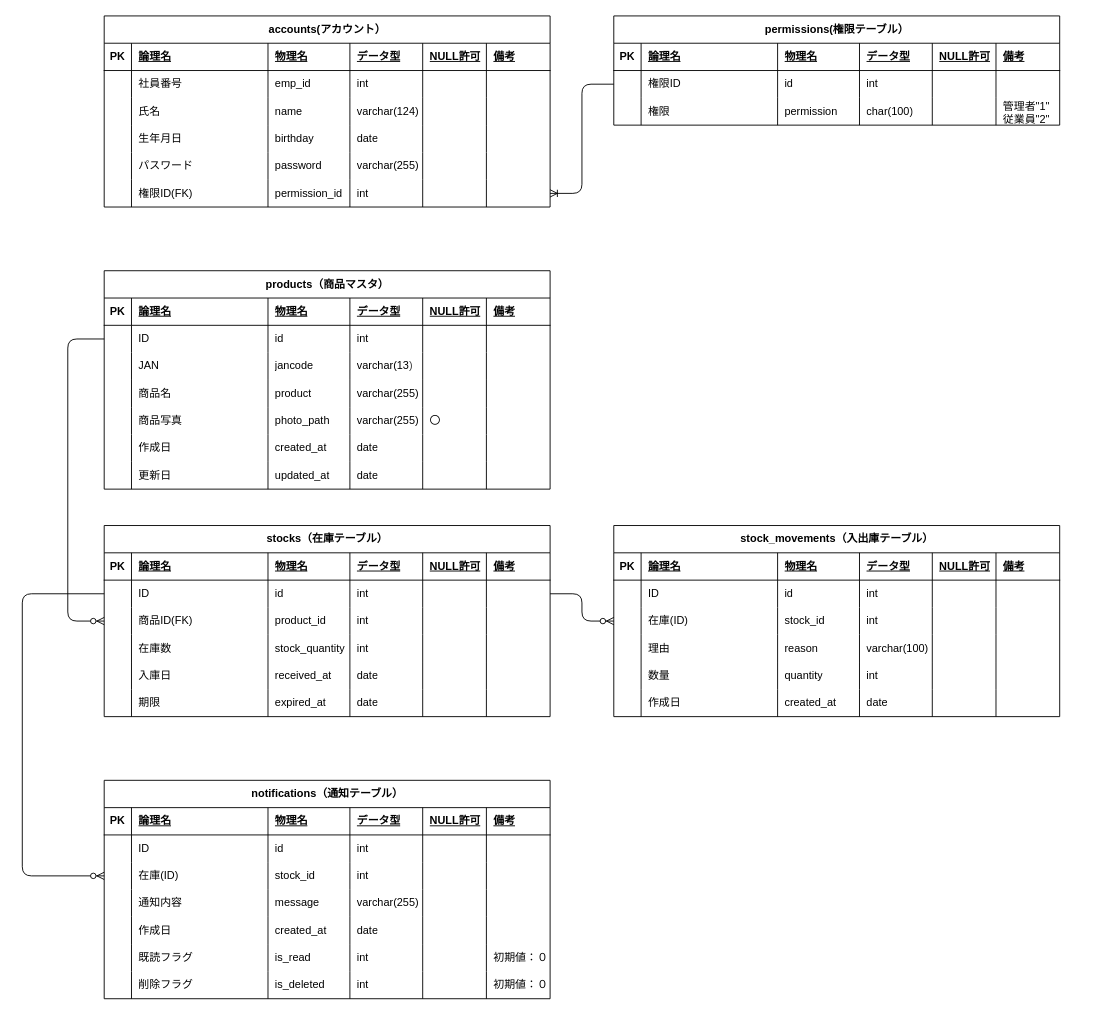
Earlier version of the draw.io diagram docs/DB.drawio (plusdojo2026/c4). Source tidied: cells renumbered, new cells numbered last; positions are measured from the earlier drawing's top-left corner, leaving out a move shared by most shapes. Both pictures are drawn from the tidied source at 91%, with x=0, y=0 at pixel (22, 15).
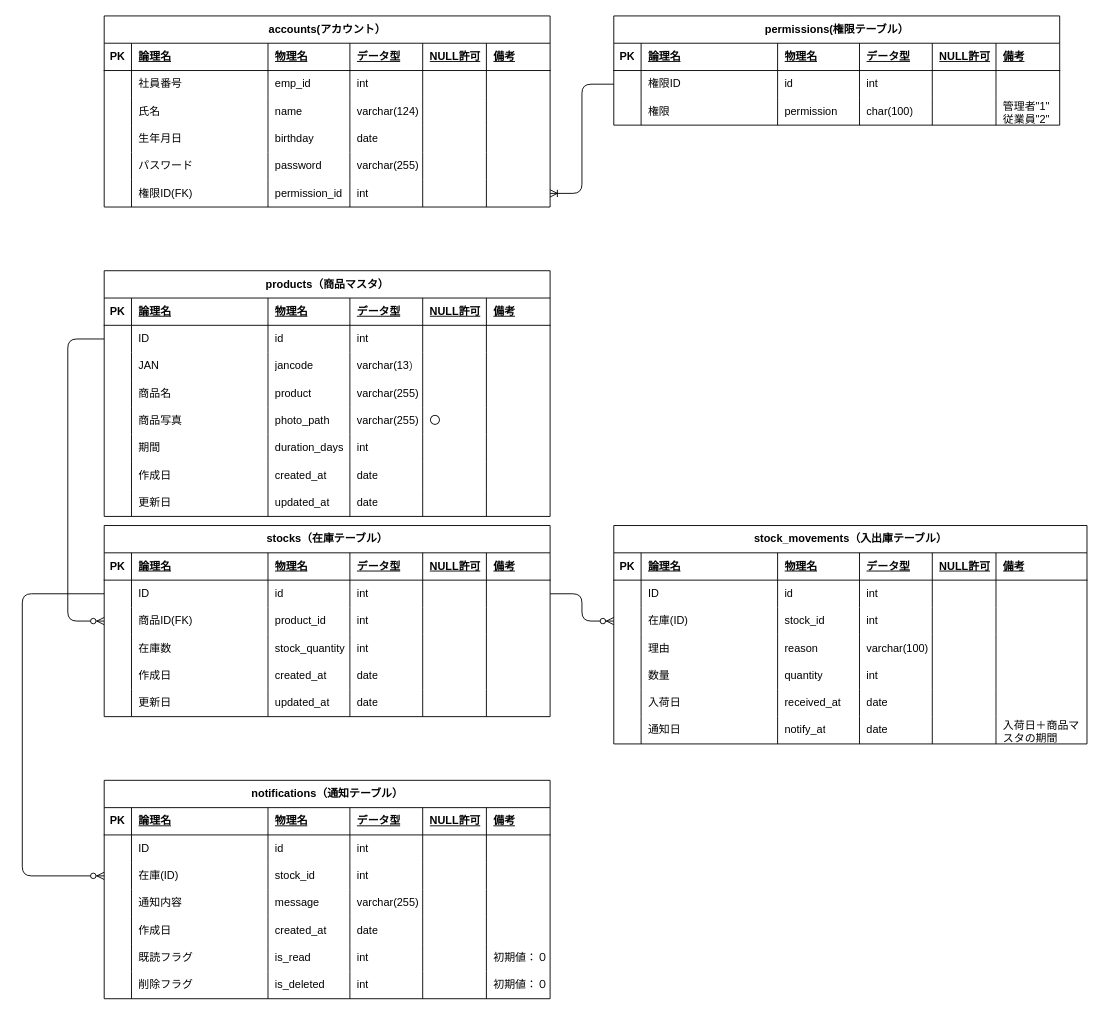
The same diagram, later.

Commit message:
更新：商品マスター・入出庫テーブル

The change refers to these unchanged cells:
```xml
<mxCell id="74" style="shape=tableRow;horizontal=0;startSize=0;swimlaneHead=0;swimlaneBody=0;fillColor=none;top=0;left=0;right=0;bottom=0;" parent="45" vertex="1">
  <mxGeometry y="150" width="490" height="30" as="geometry" />
</mxCell>
<mxCell id="81" style="shape=tableRow;horizontal=0;startSize=0;swimlaneHead=0;swimlaneBody=0;fillColor=none;top=0;left=0;right=0;bottom=0;" parent="45" vertex="1">
  <mxGeometry y="180" width="490" height="30" as="geometry" />
</mxCell>
```

Change to the diagram source:
```diff
@@
-    <mxCell id="76" value="入庫日" style="shape=partialRectangle;fillColor=none;top=0;left=0;bottom=0;right=0;align=left;spacingLeft=6;overflow=hidden;whiteSpace=wrap;html=1;" parent="74" vertex="1">
+    <mxCell id="76" value="作成日" style="shape=partialRectangle;fillColor=none;top=0;left=0;bottom=0;right=0;align=left;spacingLeft=6;overflow=hidden;whiteSpace=wrap;html=1;" parent="74" vertex="1">
       <mxGeometry x="30" width="150" height="30" as="geometry" />
     </mxCell>
-    <mxCell id="77" value="received_at" style="shape=partialRectangle;fillColor=none;top=0;left=0;bottom=0;right=0;align=left;spacingLeft=6;overflow=hidden;whiteSpace=wrap;html=1;" parent="74" vertex="1">
+    <mxCell id="77" value="&lt;span style=&quot;color: rgb(0, 0, 0);&quot;&gt;created_at&lt;/span&gt;" style="shape=partialRectangle;fillColor=none;top=0;left=0;bottom=0;right=0;align=left;spacingLeft=6;overflow=hidden;whiteSpace=wrap;html=1;" parent="74" vertex="1">
       <mxGeometry x="180" width="90" height="30" as="geometry" />
     </mxCell>
@@
-    <mxCell id="83" value="期限" style="shape=partialRectangle;fillColor=none;top=0;left=0;bottom=0;right=0;align=left;spacingLeft=6;overflow=hidden;whiteSpace=wrap;html=1;" parent="81" vertex="1">
+    <mxCell id="83" value="更新日" style="shape=partialRectangle;fillColor=none;top=0;left=0;bottom=0;right=0;align=left;spacingLeft=6;overflow=hidden;whiteSpace=wrap;html=1;" parent="81" vertex="1">
       <mxGeometry x="30" width="150" height="30" as="geometry" />
     </mxCell>
-    <mxCell id="84" value="expired_at" style="shape=partialRectangle;fillColor=none;top=0;left=0;bottom=0;right=0;align=left;spacingLeft=6;overflow=hidden;whiteSpace=wrap;html=1;" parent="81" vertex="1">
+    <mxCell id="84" value="&lt;span style=&quot;color: rgb(0, 0, 0);&quot;&gt;updated_at&lt;/span&gt;" style="shape=partialRectangle;fillColor=none;top=0;left=0;bottom=0;right=0;align=left;spacingLeft=6;overflow=hidden;whiteSpace=wrap;html=1;" parent="81" vertex="1">
       <mxGeometry x="180" width="90" height="30" as="geometry" />
     </mxCell>
@@
     <mxCell id="88" value="products（商品マスタ）" style="shape=table;startSize=30;childLayout=tableLayout;rowLines=0;fontStyle=1;align=center;html=1;" parent="1" vertex="1">
-      <mxGeometry x="90" y="280" width="490" height="240" as="geometry" />
+      <mxGeometry x="90" y="280" width="490" height="270" as="geometry" />
     </mxCell>
@@
+    <mxCell id="257" style="shape=tableRow;horizontal=0;startSize=0;swimlaneHead=0;swimlaneBody=0;fillColor=none;top=0;left=0;right=0;bottom=0;" parent="88" vertex="1">
+      <mxGeometry y="180" width="490" height="30" as="geometry" />
+    </mxCell>
+    <mxCell id="258" style="shape=partialRectangle;fillColor=none;top=0;left=0;bottom=0;right=0;overflow=hidden;whiteSpace=wrap;html=1;" parent="257" vertex="1">
+      <mxGeometry width="30" height="30" as="geometry" />
+    </mxCell>
+    <mxCell id="259" value="期間" style="shape=partialRectangle;fillColor=none;top=0;left=0;bottom=0;right=0;align=left;spacingLeft=6;overflow=hidden;whiteSpace=wrap;html=1;" parent="257" vertex="1">
+      <mxGeometry x="30" width="150" height="30" as="geometry" />
+    </mxCell>
+    <mxCell id="260" value="duration_days" style="shape=partialRectangle;fillColor=none;top=0;left=0;bottom=0;right=0;align=left;spacingLeft=6;overflow=hidden;whiteSpace=wrap;html=1;" parent="257" vertex="1">
+      <mxGeometry x="180" width="90" height="30" as="geometry" />
+    </mxCell>
+    <mxCell id="261" value="int" style="shape=partialRectangle;fillColor=none;top=0;left=0;bottom=0;right=0;align=left;spacingLeft=6;overflow=hidden;whiteSpace=wrap;html=1;" parent="257" vertex="1">
+      <mxGeometry x="270" width="80" height="30" as="geometry" />
+    </mxCell>
+    <mxCell id="262" style="shape=partialRectangle;fillColor=none;top=0;left=0;bottom=0;right=0;align=left;spacingLeft=6;overflow=hidden;whiteSpace=wrap;html=1;" parent="257" vertex="1">
+      <mxGeometry x="350" width="70" height="30" as="geometry" />
+    </mxCell>
+    <mxCell id="263" style="shape=partialRectangle;fillColor=none;top=0;left=0;bottom=0;right=0;align=left;spacingLeft=6;overflow=hidden;whiteSpace=wrap;html=1;" parent="257" vertex="1">
+      <mxGeometry x="420" width="70" height="30" as="geometry" />
+    </mxCell>
     <mxCell id="124" style="shape=tableRow;horizontal=0;startSize=0;swimlaneHead=0;swimlaneBody=0;fillColor=none;top=0;left=0;right=0;bottom=0;" parent="88" vertex="1">
-      <mxGeometry y="180" width="490" height="30" as="geometry" />
+      <mxGeometry y="210" width="490" height="30" as="geometry" />
     </mxCell>
@@
     <mxCell id="131" style="shape=tableRow;horizontal=0;startSize=0;swimlaneHead=0;swimlaneBody=0;fillColor=none;top=0;left=0;right=0;bottom=0;" parent="88" vertex="1">
-      <mxGeometry y="210" width="490" height="30" as="geometry" />
+      <mxGeometry y="240" width="490" height="30" as="geometry" />
     </mxCell>
@@
     <mxCell id="138" value="stock_movements（入出庫テーブル）" style="shape=table;startSize=30;childLayout=tableLayout;rowLines=0;fontStyle=1;align=center;html=1;" parent="1" vertex="1">
-      <mxGeometry x="650" y="560" width="490" height="210" as="geometry" />
+      <mxGeometry x="650" y="560" width="520" height="240" as="geometry" />
     </mxCell>
     <mxCell id="139" style="shape=tableRow;horizontal=0;startSize=0;swimlaneHead=0;swimlaneBody=0;fillColor=none;top=0;left=0;right=0;bottom=1;" parent="138" vertex="1">
-      <mxGeometry y="30" width="490" height="30" as="geometry" />
+      <mxGeometry y="30" width="520" height="30" as="geometry" />
     </mxCell>
@@
     <mxCell id="145" value="備考" style="shape=partialRectangle;fillColor=none;top=0;left=0;bottom=0;right=0;align=left;spacingLeft=6;fontStyle=5;overflow=hidden;whiteSpace=wrap;html=1;" parent="139" vertex="1">
-      <mxGeometry x="420" width="70" height="30" as="geometry" />
+      <mxGeometry x="420" width="100" height="30" as="geometry" />
     </mxCell>
     <mxCell id="146" style="shape=tableRow;horizontal=0;startSize=0;swimlaneHead=0;swimlaneBody=0;fillColor=none;top=0;left=0;right=0;bottom=0;" parent="138" vertex="1">
-      <mxGeometry y="60" width="490" height="30" as="geometry" />
+      <mxGeometry y="60" width="520" height="30" as="geometry" />
     </mxCell>
@@
     <mxCell id="152" style="shape=partialRectangle;fillColor=none;top=0;left=0;bottom=0;right=0;align=left;spacingLeft=6;overflow=hidden;whiteSpace=wrap;html=1;" parent="146" vertex="1">
-      <mxGeometry x="420" width="70" height="30" as="geometry" />
+      <mxGeometry x="420" width="100" height="30" as="geometry" />
     </mxCell>
     <mxCell id="153" style="shape=tableRow;horizontal=0;startSize=0;swimlaneHead=0;swimlaneBody=0;fillColor=none;points=[[0,0.5],[1,0.5]];portConstraint=eastwest;top=0;left=0;right=0;bottom=0;" parent="138" vertex="1">
-      <mxGeometry y="90" width="490" height="30" as="geometry" />
+      <mxGeometry y="90" width="520" height="30" as="geometry" />
     </mxCell>
@@
     <mxCell id="159" style="shape=partialRectangle;fillColor=none;top=0;left=0;bottom=0;right=0;align=left;spacingLeft=6;overflow=hidden;whiteSpace=wrap;html=1;" parent="153" vertex="1">
-      <mxGeometry x="420" width="70" height="30" as="geometry" />
+      <mxGeometry x="420" width="100" height="30" as="geometry" />
     </mxCell>
     <mxCell id="160" style="shape=tableRow;horizontal=0;startSize=0;swimlaneHead=0;swimlaneBody=0;fillColor=none;top=0;left=0;right=0;bottom=0;" parent="138" vertex="1">
-      <mxGeometry y="120" width="490" height="30" as="geometry" />
+      <mxGeometry y="120" width="520" height="30" as="geometry" />
     </mxCell>
@@
     <mxCell id="166" style="shape=partialRectangle;fillColor=none;top=0;left=0;bottom=0;right=0;align=left;spacingLeft=6;overflow=hidden;whiteSpace=wrap;html=1;" parent="160" vertex="1">
-      <mxGeometry x="420" width="70" height="30" as="geometry" />
+      <mxGeometry x="420" width="100" height="30" as="geometry" />
     </mxCell>
     <mxCell id="167" style="shape=tableRow;horizontal=0;startSize=0;swimlaneHead=0;swimlaneBody=0;fillColor=none;top=0;left=0;right=0;bottom=0;" parent="138" vertex="1">
-      <mxGeometry y="150" width="490" height="30" as="geometry" />
+      <mxGeometry y="150" width="520" height="30" as="geometry" />
     </mxCell>
@@
     <mxCell id="173" style="shape=partialRectangle;fillColor=none;top=0;left=0;bottom=0;right=0;align=left;spacingLeft=6;overflow=hidden;whiteSpace=wrap;html=1;" parent="167" vertex="1">
-      <mxGeometry x="420" width="70" height="30" as="geometry" />
+      <mxGeometry x="420" width="100" height="30" as="geometry" />
     </mxCell>
     <mxCell id="174" style="shape=tableRow;horizontal=0;startSize=0;swimlaneHead=0;swimlaneBody=0;fillColor=none;top=0;left=0;right=0;bottom=0;" parent="138" vertex="1">
-      <mxGeometry y="180" width="490" height="30" as="geometry" />
+      <mxGeometry y="180" width="520" height="30" as="geometry" />
     </mxCell>
@@
-    <mxCell id="176" value="作成日" style="shape=partialRectangle;fillColor=none;top=0;left=0;bottom=0;right=0;align=left;spacingLeft=6;overflow=hidden;whiteSpace=wrap;html=1;" parent="174" vertex="1">
+    <mxCell id="176" value="入荷日" style="shape=partialRectangle;fillColor=none;top=0;left=0;bottom=0;right=0;align=left;spacingLeft=6;overflow=hidden;whiteSpace=wrap;html=1;" parent="174" vertex="1">
       <mxGeometry x="30" width="150" height="30" as="geometry" />
     </mxCell>
-    <mxCell id="177" value="&lt;span style=&quot;color: rgb(0, 0, 0);&quot;&gt;created_at&lt;/span&gt;" style="shape=partialRectangle;fillColor=none;top=0;left=0;bottom=0;right=0;align=left;spacingLeft=6;overflow=hidden;whiteSpace=wrap;html=1;" parent="174" vertex="1">
+    <mxCell id="177" value="&lt;span style=&quot;color: rgb(0, 0, 0);&quot;&gt;received_at&lt;/span&gt;" style="shape=partialRectangle;fillColor=none;top=0;left=0;bottom=0;right=0;align=left;spacingLeft=6;overflow=hidden;whiteSpace=wrap;html=1;" parent="174" vertex="1">
       <mxGeometry x="180" width="90" height="30" as="geometry" />
     </mxCell>
@@
     <mxCell id="180" style="shape=partialRectangle;fillColor=none;top=0;left=0;bottom=0;right=0;align=left;spacingLeft=6;overflow=hidden;whiteSpace=wrap;html=1;" parent="174" vertex="1">
-      <mxGeometry x="420" width="70" height="30" as="geometry" />
+      <mxGeometry x="420" width="100" height="30" as="geometry" />
     </mxCell>
+    <mxCell id="264" style="shape=tableRow;horizontal=0;startSize=0;swimlaneHead=0;swimlaneBody=0;fillColor=none;top=0;left=0;right=0;bottom=0;" parent="138" vertex="1">
+      <mxGeometry y="210" width="520" height="30" as="geometry" />
+    </mxCell>
+    <mxCell id="265" style="shape=partialRectangle;fillColor=none;top=0;left=0;bottom=0;right=0;overflow=hidden;whiteSpace=wrap;html=1;" parent="264" vertex="1">
+      <mxGeometry width="30" height="30" as="geometry" />
+    </mxCell>
+    <mxCell id="266" value="通知日" style="shape=partialRectangle;fillColor=none;top=0;left=0;bottom=0;right=0;align=left;spacingLeft=6;overflow=hidden;whiteSpace=wrap;html=1;" parent="264" vertex="1">
+      <mxGeometry x="30" width="150" height="30" as="geometry" />
+    </mxCell>
+    <mxCell id="267" value="notify_at" style="shape=partialRectangle;fillColor=none;top=0;left=0;bottom=0;right=0;align=left;spacingLeft=6;overflow=hidden;whiteSpace=wrap;html=1;" parent="264" vertex="1">
+      <mxGeometry x="180" width="90" height="30" as="geometry" />
+    </mxCell>
+    <mxCell id="268" value="date" style="shape=partialRectangle;fillColor=none;top=0;left=0;bottom=0;right=0;align=left;spacingLeft=6;overflow=hidden;whiteSpace=wrap;html=1;" parent="264" vertex="1">
+      <mxGeometry x="270" width="80" height="30" as="geometry" />
+    </mxCell>
+    <mxCell id="269" style="shape=partialRectangle;fillColor=none;top=0;left=0;bottom=0;right=0;align=left;spacingLeft=6;overflow=hidden;whiteSpace=wrap;html=1;" parent="264" vertex="1">
+      <mxGeometry x="350" width="70" height="30" as="geometry" />
+    </mxCell>
+    <mxCell id="270" value="入荷日＋商品マスタの期間" style="shape=partialRectangle;fillColor=none;top=0;left=0;bottom=0;right=0;align=left;spacingLeft=6;overflow=hidden;whiteSpace=wrap;html=1;" parent="264" vertex="1">
+      <mxGeometry x="420" width="100" height="30" as="geometry" />
+    </mxCell>
```
